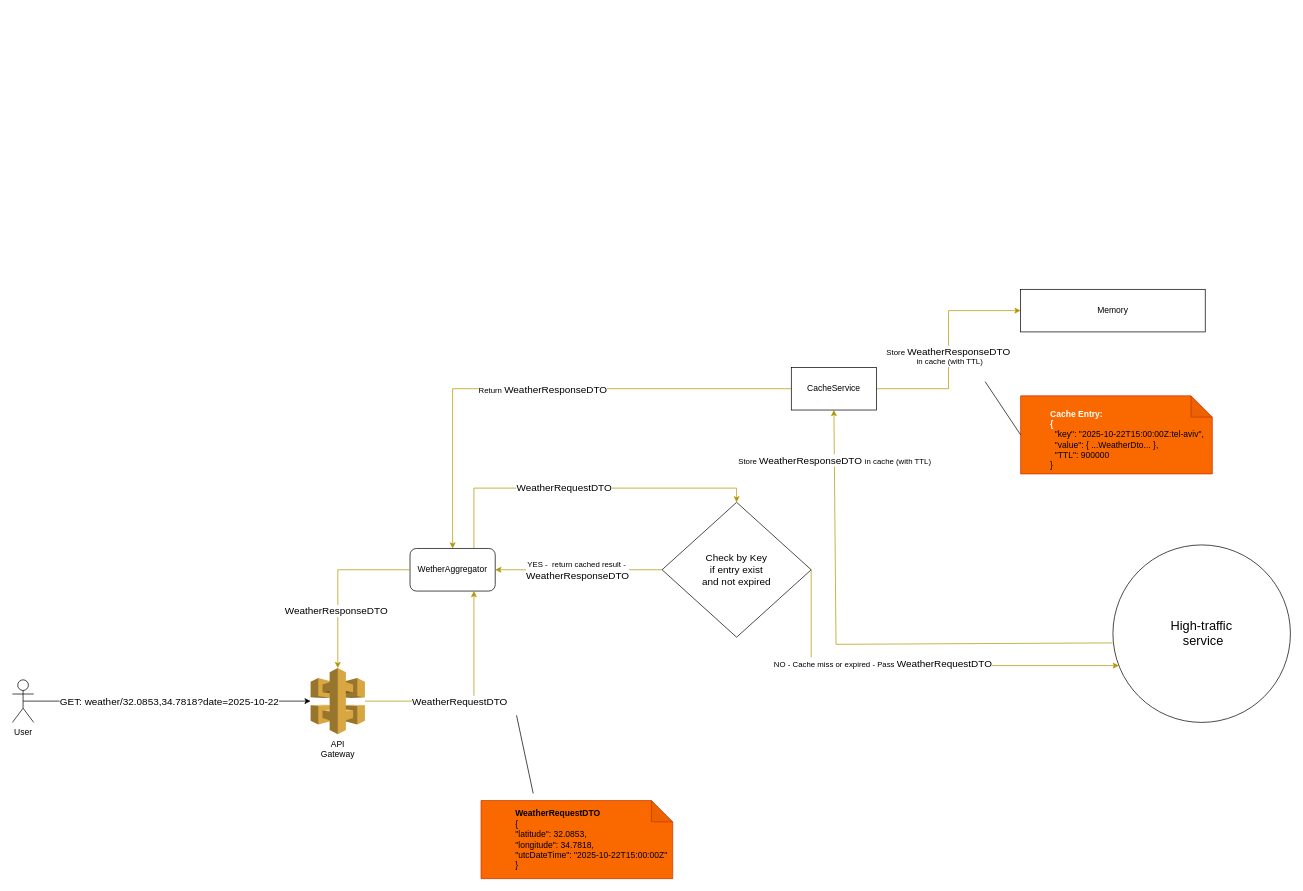
This is Untitled Diagram.drawio from rotemo-iai/drawio, a draw.io file, before an edit. Source tidied: cells renumbered, new cells numbered last; positions are measured from the earlier drawing's top-left corner, leaving out a move shared by most shapes. Both pictures are drawn from the tidied source at 71%, with x=0, y=0 at pixel (12, 289).
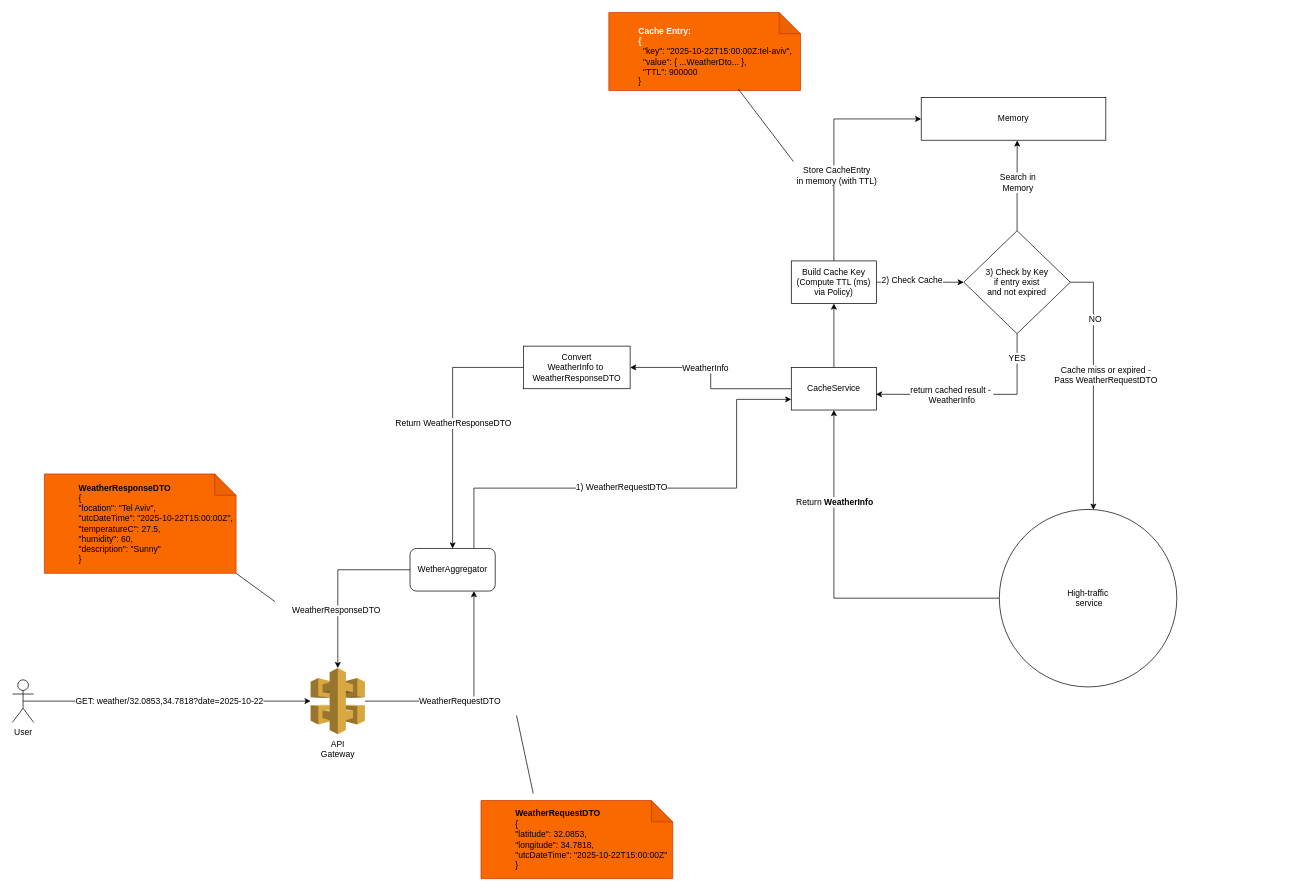
The same page after the edit.

Change to the diagram source:
```diff
@@
-    <mxCell id="2" style="edgeStyle=orthogonalEdgeStyle;rounded=0;jettySize=auto;html=1;exitX=0.5;exitY=0.5;exitDx=0;exitDy=0;exitPerimeter=0;" parent="1" edge="1" source="4" target="9">
+    <mxCell id="2" style="edgeStyle=orthogonalEdgeStyle;rounded=0;jettySize=auto;html=1;exitX=0.5;exitY=0.5;exitDx=0;exitDy=0;exitPerimeter=0;fontSize=12;" parent="1" edge="1" source="4" target="9">
       <mxGeometry relative="1" as="geometry" />
     </mxCell>
-    <mxCell id="3" value="&lt;font style=&quot;font-size: 14px;&quot;&gt;GET: weather/32.0853,34.7818?date=2025-10-22&lt;/font&gt;" style="edgeLabel;html=1;align=center;verticalAlign=middle;" parent="2" vertex="1">
+    <mxCell id="3" value="&lt;font&gt;GET: weather/32.0853,34.7818?date=2025-10-22&lt;/font&gt;" style="edgeLabel;html=1;align=center;verticalAlign=middle;fontSize=12;" parent="2" vertex="1">
       <mxGeometry x="-0.35" relative="1" as="geometry">
         <mxPoint x="73" as="offset" />
       </mxGeometry>
     </mxCell>
-    <mxCell id="4" value="User" style="shape=umlActor;verticalLabelPosition=bottom;verticalAlign=top;html=1;outlineConnect=0;" parent="1" vertex="1">
+    <mxCell id="4" value="User" style="shape=umlActor;verticalLabelPosition=bottom;verticalAlign=top;html=1;outlineConnect=0;fontSize=12;" parent="1" vertex="1">
       <mxGeometry y="550" width="30" height="60" as="geometry" />
     </mxCell>
+    <mxCell id="24" style="edgeStyle=orthogonalEdgeStyle;rounded=0;jettySize=auto;html=1;exitX=0;exitY=0.5;exitDx=0;exitDy=0;entryX=0.5;entryY=1;entryDx=0;entryDy=0;fontSize=12;" parent="1" edge="1" source="5" target="30">
+      <mxGeometry relative="1" as="geometry" />
+    </mxCell>
+    <mxCell id="31" value="Return&amp;nbsp;&lt;b&gt;WeatherInfo&lt;/b&gt;" style="edgeLabel;html=1;align=center;verticalAlign=middle;fontSize=12;" parent="24" vertex="1">
+      <mxGeometry x="0.38" y="1" relative="1" as="geometry">
+        <mxPoint x="1" y="-25" as="offset" />
+      </mxGeometry>
+    </mxCell>
-    <mxCell id="5" value="&lt;font style=&quot;font-size: 18px;&quot;&gt;High-traffic&lt;br&gt;&amp;nbsp;service&lt;/font&gt;" style="ellipse;whiteSpace=wrap;html=1;" parent="1" vertex="1">
-      <mxGeometry x="1550" y="360" width="250" height="250" as="geometry" />
+    <mxCell id="5" value="&lt;font&gt;High-traffic&lt;br&gt;&amp;nbsp;service&lt;/font&gt;" style="ellipse;whiteSpace=wrap;html=1;fontSize=12;" parent="1" vertex="1">
+      <mxGeometry x="1390" y="310" width="250" height="250" as="geometry" />
     </mxCell>
-    <mxCell id="6" value="Memory" style="rounded=0;whiteSpace=wrap;html=1;" parent="1" vertex="1">
-      <mxGeometry x="1420" width="260" height="60" as="geometry" />
+    <mxCell id="6" value="Memory" style="rounded=0;whiteSpace=wrap;html=1;fontSize=12;" parent="1" vertex="1">
+      <mxGeometry x="1280" y="-270" width="260" height="60" as="geometry" />
     </mxCell>
-    <mxCell id="7" style="edgeStyle=orthogonalEdgeStyle;rounded=0;jettySize=auto;html=1;fillColor=#e3c800;strokeColor=#B09500;entryX=0.75;entryY=1;entryDx=0;entryDy=0;" parent="1" edge="1" source="9" target="21">
+    <mxCell id="7" style="edgeStyle=orthogonalEdgeStyle;rounded=0;jettySize=auto;html=1;entryX=0.75;entryY=1;entryDx=0;entryDy=0;fontSize=12;" parent="1" edge="1" source="9" target="21">
       <mxGeometry relative="1" as="geometry" />
     </mxCell>
-    <mxCell id="8" value="&lt;span style=&quot;font-size: 14px;&quot;&gt;WeatherRequestDTO&lt;/span&gt;" style="edgeLabel;html=1;align=center;verticalAlign=middle;" parent="7" vertex="1">
+    <mxCell id="8" value="&lt;span&gt;WeatherRequestDTO&lt;/span&gt;" style="edgeLabel;html=1;align=center;verticalAlign=middle;fontSize=12;" parent="7" vertex="1">
       <mxGeometry x="-0.46" y="1" relative="1" as="geometry">
         <mxPoint x="50" y="1" as="offset" />
       </mxGeometry>
     </mxCell>
-    <mxCell id="9" value="&lt;span style=&quot;text-wrap-mode: wrap;&quot;&gt;API Gateway&lt;/span&gt;" style="outlineConnect=0;dashed=0;verticalLabelPosition=bottom;verticalAlign=top;align=center;html=1;shape=mxgraph.aws3.api_gateway;fillColor=#D9A741;gradientColor=none;" parent="1" vertex="1">
+    <mxCell id="9" value="&lt;span style=&quot;text-wrap-mode: wrap;&quot;&gt;API Gateway&lt;/span&gt;" style="outlineConnect=0;dashed=0;verticalLabelPosition=bottom;verticalAlign=top;align=center;html=1;shape=mxgraph.aws3.api_gateway;fillColor=#D9A741;gradientColor=none;fontSize=12;" parent="1" vertex="1">
       <mxGeometry x="420" y="533.5" width="76.5" height="93" as="geometry" />
     </mxCell>
-    <mxCell id="10" value="&lt;blockquote style=&quot;margin: 0 0 0 40px; border: none; padding: 0px;&quot;&gt;&lt;div&gt;&amp;nbsp;&amp;nbsp;&lt;/div&gt;&lt;b style=&quot;text-align: center; text-wrap-mode: nowrap;&quot;&gt;&lt;font style=&quot;color: light-dark(rgb(255, 255, 255), rgb(255, 255, 255));&quot;&gt;Cache Entry:&lt;br&gt;{&lt;br&gt;&lt;/font&gt;&lt;/b&gt;&lt;div&gt;&amp;nbsp; &quot;key&quot;: &quot;2025-10-22T15:00:00Z:tel-aviv&quot;,&lt;/div&gt;&lt;div&gt;&amp;nbsp; &quot;value&quot;: { ...WeatherDto... },&lt;/div&gt;&lt;div&gt;&amp;nbsp; &quot;TTL&quot;: 900000&lt;br&gt;}&lt;/div&gt;&lt;/blockquote&gt;" style="shape=note;whiteSpace=wrap;html=1;backgroundOutline=1;darkOpacity=0.05;fillColor=#fa6800;strokeColor=#C73500;fontColor=#000000;align=left;" parent="1" vertex="1">
-      <mxGeometry x="1420" y="150" width="270" height="110" as="geometry" />
+    <mxCell id="10" value="&lt;blockquote style=&quot;margin: 0 0 0 40px; border: none; padding: 0px;&quot;&gt;&lt;div&gt;&amp;nbsp;&amp;nbsp;&lt;/div&gt;&lt;b style=&quot;text-align: center; text-wrap-mode: nowrap;&quot;&gt;&lt;font style=&quot;color: light-dark(rgb(255, 255, 255), rgb(255, 255, 255));&quot;&gt;Cache Entry:&lt;br&gt;{&lt;br&gt;&lt;/font&gt;&lt;/b&gt;&lt;div&gt;&amp;nbsp; &quot;key&quot;: &quot;2025-10-22T15:00:00Z:tel-aviv&quot;,&lt;/div&gt;&lt;div&gt;&amp;nbsp; &quot;value&quot;: { ...WeatherDto... },&lt;/div&gt;&lt;div&gt;&amp;nbsp; &quot;TTL&quot;: 900000&lt;br&gt;}&lt;/div&gt;&lt;/blockquote&gt;" style="shape=note;whiteSpace=wrap;html=1;backgroundOutline=1;darkOpacity=0.05;fillColor=#fa6800;strokeColor=#C73500;fontColor=#000000;align=left;fontSize=12;" parent="1" vertex="1">
+      <mxGeometry x="840" y="-390" width="270" height="110" as="geometry" />
     </mxCell>
-    <mxCell id="11" style="endArrow=none;html=1;rounded=0;entryX=0;entryY=0.5;entryDx=0;entryDy=0;entryPerimeter=0;" parent="1" edge="1" target="10">
+    <mxCell id="11" style="endArrow=none;html=1;rounded=0;entryX=0.675;entryY=0.98;entryDx=0;entryDy=0;entryPerimeter=0;fontSize=12;" parent="1" edge="1" target="10">
       <mxGeometry relative="1" as="geometry">
-        <mxPoint x="1370" y="130" as="sourcePoint" />
+        <mxPoint x="1100" y="-180" as="sourcePoint" />
       </mxGeometry>
     </mxCell>
-    <mxCell id="12" style="edgeStyle=orthogonalEdgeStyle;rounded=0;jettySize=auto;html=1;exitX=1;exitY=0.5;exitDx=0;exitDy=0;fillColor=#e3c800;strokeColor=#B09500;" parent="1" edge="1" source="14" target="5">
-      <mxGeometry relative="1" as="geometry">
-        <Array as="points">
-          <mxPoint x="1125" y="530" />
-        </Array>
-      </mxGeometry>
-    </mxCell>
-    <mxCell id="13" value="NO - Cache miss or expired - Pass&amp;nbsp;&lt;span style=&quot;font-size: 14px;&quot;&gt;WeatherRequestDTO&lt;/span&gt;" style="edgeLabel;html=1;align=center;verticalAlign=middle;" parent="12" vertex="1">
-      <mxGeometry x="-0.17" y="4" relative="1" as="geometry">
-        <mxPoint x="-1" as="offset" />
-      </mxGeometry>
-    </mxCell>
-    <mxCell id="14" value="&lt;span style=&quot;font-size: 14px;&quot;&gt;Check by Key &lt;br&gt;if entry exist &lt;br&gt;and not expired&lt;/span&gt;" style="rhombus;whiteSpace=wrap;html=1;" parent="1" vertex="1">
-      <mxGeometry x="915" y="300" width="210" height="190" as="geometry" />
+    <mxCell id="14" value="&lt;span&gt;3) Check by Key &lt;br&gt;if entry exist &lt;br&gt;and not expired&lt;/span&gt;" style="rhombus;whiteSpace=wrap;html=1;fontSize=12;" parent="1" vertex="1">
+      <mxGeometry x="1340" y="-82.5" width="150" height="145" as="geometry" />
     </mxCell>
-    <mxCell id="15" style="edgeStyle=orthogonalEdgeStyle;rounded=0;jettySize=auto;html=1;fillColor=#e3c800;strokeColor=#B09500;" parent="1" edge="1" source="14" target="21">
-      <mxGeometry relative="1" as="geometry" />
-    </mxCell>
-    <mxCell id="16" value="YES -&amp;nbsp;&amp;nbsp;return cached result -&amp;nbsp;&lt;br&gt;&lt;span style=&quot;font-size: 14px;&quot;&gt;WeatherResponseDTO&lt;/span&gt;" style="edgeLabel;html=1;align=center;verticalAlign=middle;" parent="15" vertex="1">
-      <mxGeometry x="0.27" y="3" relative="1" as="geometry">
-        <mxPoint x="29" y="-3" as="offset" />
-      </mxGeometry>
-    </mxCell>
-    <mxCell id="17" value="&lt;blockquote style=&quot;margin: 0 0 0 40px; border: none; padding: 0px;&quot;&gt;&lt;div&gt;&lt;font&gt;&amp;nbsp;&amp;nbsp;&lt;b style=&quot;background-color: transparent; text-wrap-mode: nowrap; text-align: center;&quot;&gt;WeatherRequestDTO&lt;/b&gt;&lt;/font&gt;&lt;/div&gt;&lt;div&gt;&lt;font&gt;&amp;nbsp;&amp;nbsp;&lt;span style=&quot;background-color: transparent;&quot;&gt;{&lt;/span&gt;&lt;br&gt;&lt;/font&gt;&lt;/div&gt;&lt;div&gt;&lt;font&gt;&amp;nbsp; &quot;latitude&quot;: 32.0853,&lt;/font&gt;&lt;/div&gt;&lt;div&gt;&lt;font&gt;&amp;nbsp; &quot;longitude&quot;: 34.7818,&lt;/font&gt;&lt;/div&gt;&lt;div&gt;&lt;font&gt;&amp;nbsp; &quot;utcDateTime&quot;: &quot;2025-10-22T15:00:00Z&quot;&lt;/font&gt;&lt;/div&gt;&lt;div&gt;&lt;font&gt;&amp;nbsp; }&lt;/font&gt;&lt;/div&gt;&lt;/blockquote&gt;" style="shape=note;whiteSpace=wrap;html=1;backgroundOutline=1;darkOpacity=0.05;fillColor=#fa6800;strokeColor=#C73500;fontColor=#000000;align=left;" parent="1" vertex="1">
+    <mxCell id="17" value="&lt;blockquote style=&quot;margin: 0 0 0 40px; border: none; padding: 0px;&quot;&gt;&lt;div&gt;&lt;font&gt;&amp;nbsp;&amp;nbsp;&lt;b style=&quot;background-color: transparent; text-wrap-mode: nowrap; text-align: center;&quot;&gt;WeatherRequestDTO&lt;/b&gt;&lt;/font&gt;&lt;/div&gt;&lt;div&gt;&lt;font&gt;&amp;nbsp;&amp;nbsp;&lt;span style=&quot;background-color: transparent;&quot;&gt;{&lt;/span&gt;&lt;br&gt;&lt;/font&gt;&lt;/div&gt;&lt;div&gt;&lt;font&gt;&amp;nbsp; &quot;latitude&quot;: 32.0853,&lt;/font&gt;&lt;/div&gt;&lt;div&gt;&lt;font&gt;&amp;nbsp; &quot;longitude&quot;: 34.7818,&lt;/font&gt;&lt;/div&gt;&lt;div&gt;&lt;font&gt;&amp;nbsp; &quot;utcDateTime&quot;: &quot;2025-10-22T15:00:00Z&quot;&lt;/font&gt;&lt;/div&gt;&lt;div&gt;&lt;font&gt;&amp;nbsp; }&lt;/font&gt;&lt;/div&gt;&lt;/blockquote&gt;" style="shape=note;whiteSpace=wrap;html=1;backgroundOutline=1;darkOpacity=0.05;fillColor=#fa6800;strokeColor=#C73500;fontColor=#000000;align=left;fontSize=12;" parent="1" vertex="1">
       <mxGeometry x="660" y="720" width="270" height="110" as="geometry" />
     </mxCell>
-    <mxCell id="18" style="endArrow=none;html=1;rounded=0;" parent="1" edge="1">
+    <mxCell id="18" style="endArrow=none;html=1;rounded=0;fontSize=12;" parent="1" edge="1">
       <mxGeometry relative="1" as="geometry">
         <mxPoint x="733.5" y="710" as="sourcePoint" />
         <mxPoint x="710" y="600" as="targetPoint" />
       </mxGeometry>
     </mxCell>
-    <mxCell id="19" style="edgeStyle=orthogonalEdgeStyle;rounded=0;jettySize=auto;html=1;exitX=0.75;exitY=0;exitDx=0;exitDy=0;entryX=0.5;entryY=0;entryDx=0;entryDy=0;fillColor=#e3c800;strokeColor=#B09500;" parent="1" edge="1" source="21" target="14">
+    <mxCell id="19" style="edgeStyle=orthogonalEdgeStyle;rounded=0;jettySize=auto;html=1;exitX=0.75;exitY=0;exitDx=0;exitDy=0;entryX=0;entryY=0.75;entryDx=0;entryDy=0;fontSize=12;" parent="1" edge="1" source="21" target="30">
       <mxGeometry relative="1" as="geometry">
         <Array as="points">
           <mxPoint x="650" y="280" />
           <mxPoint x="1020" y="280" />
+          <mxPoint x="1020" y="155" />
         </Array>
       </mxGeometry>
     </mxCell>
-    <mxCell id="20" value="&lt;span style=&quot;font-size: 14px;&quot;&gt;WeatherRequestDTO&lt;/span&gt;" style="edgeLabel;html=1;align=center;verticalAlign=middle;" parent="19" vertex="1">
+    <mxCell id="20" value="&lt;span&gt;1) WeatherRequestDTO&lt;/span&gt;" style="edgeLabel;html=1;align=center;verticalAlign=middle;fontSize=12;" parent="19" vertex="1">
       <mxGeometry x="-0.11" y="2" relative="1" as="geometry" />
     </mxCell>
-    <mxCell id="21" value="WetherAggregator" style="rounded=1;whiteSpace=wrap;html=1;" parent="1" vertex="1">
+    <mxCell id="21" value="WetherAggregator" style="rounded=1;whiteSpace=wrap;html=1;fontSize=12;" parent="1" vertex="1">
       <mxGeometry x="560" y="365" width="120" height="60" as="geometry" />
     </mxCell>
-    <mxCell id="22" style="edgeStyle=orthogonalEdgeStyle;rounded=0;jettySize=auto;html=1;entryX=0.5;entryY=0;entryDx=0;entryDy=0;entryPerimeter=0;fillColor=#e3c800;strokeColor=#B09500;" parent="1" edge="1" source="21" target="9">
+    <mxCell id="22" style="edgeStyle=orthogonalEdgeStyle;rounded=0;jettySize=auto;html=1;entryX=0.5;entryY=0;entryDx=0;entryDy=0;entryPerimeter=0;fontSize=12;" parent="1" edge="1" source="21" target="9">
       <mxGeometry relative="1" as="geometry" />
     </mxCell>
-    <mxCell id="23" value="&lt;span style=&quot;font-size: 14px;&quot;&gt;WeatherResponseDTO&lt;/span&gt;" style="edgeLabel;html=1;align=center;verticalAlign=middle;" parent="22" vertex="1">
+    <mxCell id="23" value="&lt;span&gt;WeatherResponseDTO&lt;/span&gt;" style="edgeLabel;html=1;align=center;verticalAlign=middle;fontSize=12;" parent="22" vertex="1">
       <mxGeometry x="0.32" y="-3" relative="1" as="geometry" />
     </mxCell>
-    <mxCell id="24" style="endArrow=classic;html=1;rounded=0;exitX=-0.002;exitY=0.552;exitDx=0;exitDy=0;fillColor=#e3c800;strokeColor=#B09500;exitPerimeter=0;entryX=0.5;entryY=1;entryDx=0;entryDy=0;entryPerimeter=0;" parent="1" edge="1" source="5" target="30">
-      <mxGeometry relative="1" as="geometry">
-        <Array as="points">
-          <mxPoint x="1160" y="500" />
-        </Array>
-      </mxGeometry>
-    </mxCell>
-    <mxCell id="25" value="Store&amp;nbsp;&lt;span style=&quot;font-size: 14px;&quot;&gt;WeatherResponseDTO&amp;nbsp;&lt;/span&gt;in cache (with TTL)" style="edgeLabel;html=1;align=center;verticalAlign=middle;" parent="24" vertex="1">
-      <mxGeometry x="-0.41" y="-2" relative="1" as="geometry">
-        <mxPoint x="-180" y="-257" as="offset" />
-      </mxGeometry>
-    </mxCell>
-    <mxCell id="26" style="edgeStyle=orthogonalEdgeStyle;rounded=0;jettySize=auto;html=1;fillColor=#e3c800;strokeColor=#B09500;" parent="1" edge="1" source="30" target="21">
+    <mxCell id="26" style="edgeStyle=orthogonalEdgeStyle;rounded=0;jettySize=auto;html=1;exitX=0;exitY=0.5;exitDx=0;exitDy=0;fontSize=12;" parent="1" edge="1" source="49" target="21">
       <mxGeometry relative="1" as="geometry" />
     </mxCell>
-    <mxCell id="27" value="Return&amp;nbsp;&lt;span style=&quot;font-size: 14px;&quot;&gt;WeatherResponseDTO&lt;/span&gt;" style="edgeLabel;html=1;align=center;verticalAlign=middle;" parent="26" vertex="1">
+    <mxCell id="27" value="Return&amp;nbsp;&lt;span&gt;WeatherResponseDTO&lt;/span&gt;" style="edgeLabel;html=1;align=center;verticalAlign=middle;fontSize=12;" parent="26" vertex="1">
       <mxGeometry relative="1" as="geometry" />
     </mxCell>
-    <mxCell id="28" style="edgeStyle=orthogonalEdgeStyle;rounded=0;jettySize=auto;html=1;entryX=0;entryY=0.5;entryDx=0;entryDy=0;fillColor=#e3c800;strokeColor=#B09500;" parent="1" edge="1" source="30" target="6">
-      <mxGeometry relative="1" as="geometry" />
-    </mxCell>
-    <mxCell id="29" value="Store&amp;nbsp;&lt;span style=&quot;font-size: 14px;&quot;&gt;WeatherResponseDTO&amp;nbsp;&lt;br&gt;&lt;/span&gt;in cache (with TTL)" style="edgeLabel;html=1;align=center;verticalAlign=middle;" parent="28" vertex="1">
-      <mxGeometry x="-0.05" relative="1" as="geometry">
-        <mxPoint x="1" y="1" as="offset" />
-      </mxGeometry>
-    </mxCell>
+    <mxCell id="32" style="edgeStyle=orthogonalEdgeStyle;rounded=0;jettySize=auto;html=1;entryX=0.5;entryY=1;entryDx=0;entryDy=0;fontSize=12;" parent="1" edge="1" source="30" target="39">
+      <mxGeometry relative="1" as="geometry" />
+    </mxCell>
+    <mxCell id="33" style="edgeStyle=orthogonalEdgeStyle;rounded=0;jettySize=auto;html=1;exitX=0;exitY=0.5;exitDx=0;exitDy=0;entryX=1;entryY=0.5;entryDx=0;entryDy=0;fontSize=12;" parent="1" edge="1" source="30" target="49">
+      <mxGeometry relative="1" as="geometry" />
+    </mxCell>
+    <mxCell id="34" value="&lt;span&gt;WeatherInfo&lt;/span&gt;" style="edgeLabel;html=1;align=center;verticalAlign=middle;fontSize=12;" parent="33" vertex="1">
+      <mxGeometry x="0.39" y="1" relative="1" as="geometry">
+        <mxPoint x="27" y="-1" as="offset" />
+      </mxGeometry>
+    </mxCell>
-    <mxCell id="30" value="CacheService" style="rounded=0;whiteSpace=wrap;html=1;" parent="1" vertex="1">
+    <mxCell id="30" value="CacheService" style="rounded=0;whiteSpace=wrap;html=1;fontSize=12;" parent="1" vertex="1">
       <mxGeometry x="1097" y="110" width="120" height="60" as="geometry" />
     </mxCell>
+    <mxCell id="35" style="edgeStyle=orthogonalEdgeStyle;rounded=0;jettySize=auto;html=1;fontSize=12;" parent="1" edge="1" source="39">
+      <mxGeometry relative="1" as="geometry">
+        <mxPoint x="1280" y="-240" as="targetPoint" />
+        <Array as="points">
+          <mxPoint x="1157" y="-240" />
+        </Array>
+      </mxGeometry>
+    </mxCell>
+    <mxCell id="36" value="Store&amp;nbsp;&lt;span&gt;CacheEntry&lt;br&gt;&lt;/span&gt;in memory (with TTL)" style="edgeLabel;html=1;align=center;verticalAlign=middle;fontSize=12;" parent="35" vertex="1">
+      <mxGeometry x="0.18" y="1" relative="1" as="geometry">
+        <mxPoint x="4" y="70" as="offset" />
+      </mxGeometry>
+    </mxCell>
+    <mxCell id="37" style="edgeStyle=orthogonalEdgeStyle;rounded=0;jettySize=auto;html=1;fontSize=12;" parent="1" edge="1" source="39" target="14">
+      <mxGeometry relative="1" as="geometry" />
+    </mxCell>
+    <mxCell id="38" value="2)&amp;nbsp;Check Cache" style="edgeLabel;html=1;align=center;verticalAlign=middle;fontSize=12;" parent="37" vertex="1">
+      <mxGeometry x="-0.2" y="3" relative="1" as="geometry" />
+    </mxCell>
+    <mxCell id="39" value="Build Cache Key (Compute TTL (ms) via Policy)" style="rounded=0;whiteSpace=wrap;html=1;fontSize=12;" parent="1" vertex="1">
+      <mxGeometry x="1097" y="-40" width="120" height="60" as="geometry" />
+    </mxCell>
+    <mxCell id="40" value="&lt;blockquote style=&quot;margin: 0 0 0 40px; border: none; padding: 0px;&quot;&gt;&lt;div&gt;&lt;font&gt;&amp;nbsp;&amp;nbsp;&lt;/font&gt;&lt;b style=&quot;background-color: transparent; text-wrap-mode: nowrap; text-align: center; color: light-dark(rgb(0, 0, 0), rgb(237, 237, 237));&quot;&gt;WeatherResponseDTO&lt;/b&gt;&lt;/div&gt;&lt;div&gt;&lt;font&gt;&amp;nbsp;&amp;nbsp;&lt;span style=&quot;background-color: transparent;&quot;&gt;{&lt;/span&gt;&lt;br&gt;&lt;/font&gt;&lt;/div&gt;&lt;div&gt;&lt;font&gt;&amp;nbsp;&lt;/font&gt;&lt;span style=&quot;background-color: transparent;&quot;&gt;&amp;nbsp;&quot;location&quot;: &quot;Tel Aviv&quot;,&lt;/span&gt;&lt;/div&gt;&lt;div&gt;&amp;nbsp; &quot;utcDateTime&quot;: &quot;2025-10-22T15:00:00Z&quot;,&lt;/div&gt;&lt;div&gt;&amp;nbsp; &quot;temperatureC&quot;: 27.5,&lt;/div&gt;&lt;div&gt;&amp;nbsp; &quot;humidity&quot;: 60,&lt;/div&gt;&lt;div&gt;&amp;nbsp; &quot;description&quot;: &quot;Sunny&quot;&lt;/div&gt;&lt;div&gt;&lt;font&gt;&amp;nbsp; }&lt;/font&gt;&lt;/div&gt;&lt;/blockquote&gt;" style="shape=note;whiteSpace=wrap;html=1;backgroundOutline=1;darkOpacity=0.05;fillColor=#fa6800;strokeColor=#C73500;fontColor=#000000;align=left;fontSize=12;" parent="1" vertex="1">
+      <mxGeometry x="45" y="260" width="270" height="140" as="geometry" />
+    </mxCell>
+    <mxCell id="41" style="endArrow=none;html=1;rounded=0;exitX=1;exitY=1;exitDx=0;exitDy=0;exitPerimeter=0;fontSize=12;" parent="1" edge="1" source="40">
+      <mxGeometry relative="1" as="geometry">
+        <mxPoint x="370" y="440" as="targetPoint" />
+      </mxGeometry>
+    </mxCell>
+    <mxCell id="42" style="edgeStyle=orthogonalEdgeStyle;rounded=0;jettySize=auto;html=1;entryX=0.52;entryY=1.004;entryDx=0;entryDy=0;entryPerimeter=0;fontSize=12;" parent="1" edge="1" source="14" target="6">
+      <mxGeometry relative="1" as="geometry" />
+    </mxCell>
+    <mxCell id="43" value="Search in&lt;br&gt;Memory" style="edgeLabel;html=1;align=center;verticalAlign=middle;fontSize=12;" parent="42" vertex="1">
+      <mxGeometry x="0.06" relative="1" as="geometry" />
+    </mxCell>
+    <mxCell id="44" style="edgeStyle=orthogonalEdgeStyle;rounded=0;jettySize=auto;html=1;exitX=0.5;exitY=1;exitDx=0;exitDy=0;entryX=0.993;entryY=0.631;entryDx=0;entryDy=0;entryPerimeter=0;fontSize=12;" parent="1" edge="1" source="14" target="30">
+      <mxGeometry relative="1" as="geometry" />
+    </mxCell>
+    <mxCell id="45" value="return cached result -&amp;nbsp;&lt;br&gt;&lt;span&gt;WeatherInfo&lt;/span&gt;" style="edgeLabel;html=1;align=center;verticalAlign=middle;fontSize=12;" parent="44" vertex="1">
+      <mxGeometry x="0.57" y="1" relative="1" as="geometry">
+        <mxPoint x="45" as="offset" />
+      </mxGeometry>
+    </mxCell>
+    <mxCell id="46" value="YES" style="edgeLabel;html=1;align=center;verticalAlign=middle;fontSize=12;" parent="44" vertex="1">
+      <mxGeometry x="-0.76" y="-1" relative="1" as="geometry" />
+    </mxCell>
+    <mxCell id="12" style="edgeStyle=orthogonalEdgeStyle;rounded=0;jettySize=auto;html=1;exitX=1;exitY=0.5;exitDx=0;exitDy=0;entryX=0.53;entryY=0.002;entryDx=0;entryDy=0;entryPerimeter=0;fontSize=12;" parent="1" edge="1" source="14" target="5">
+      <mxGeometry relative="1" as="geometry" />
+    </mxCell>
+    <mxCell id="47" value="NO" style="edgeLabel;html=1;align=center;verticalAlign=middle;fontSize=12;" parent="12" vertex="1">
+      <mxGeometry x="-0.52" y="2" relative="1" as="geometry" />
+    </mxCell>
+    <mxCell id="48" value="Cache miss or expired -&lt;br&gt;Pass&amp;nbsp;&lt;span&gt;WeatherRequestDTO&lt;/span&gt;" style="edgeLabel;html=1;align=center;verticalAlign=middle;fontSize=12;" parent="12" vertex="1">
+      <mxGeometry x="-0.23" y="-2" relative="1" as="geometry">
+        <mxPoint x="19" y="27" as="offset" />
+      </mxGeometry>
+    </mxCell>
+    <mxCell id="49" value="Convert&lt;br&gt;WeatherInfo to&amp;nbsp;&lt;br&gt;&lt;span style=&quot;text-wrap-mode: nowrap;&quot;&gt;WeatherResponseDTO&lt;/span&gt;" style="rounded=0;whiteSpace=wrap;html=1;fontSize=12;" parent="1" vertex="1">
+      <mxGeometry x="720" y="80" width="150" height="60" as="geometry" />
+    </mxCell>
```
